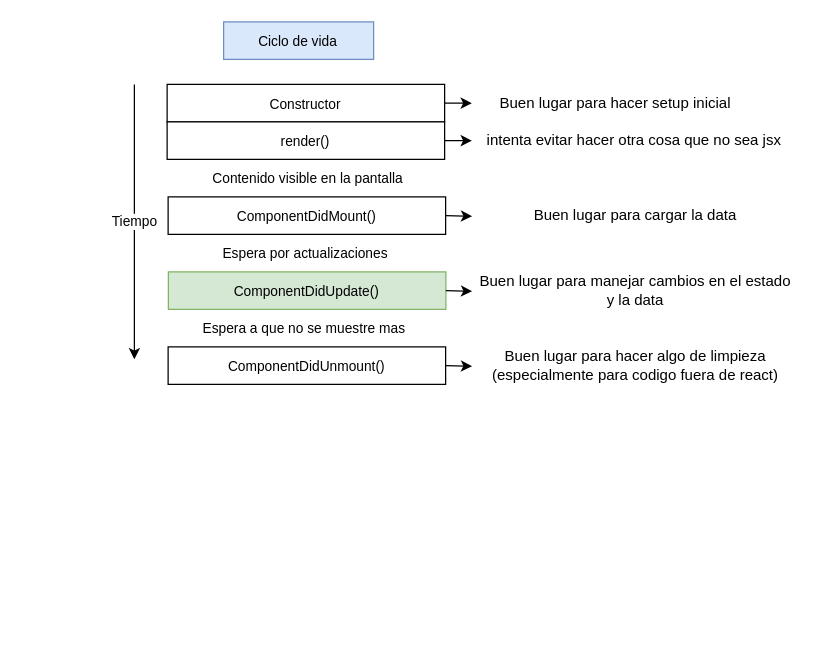
Earlier version of the draw.io diagram clase_03/draw_03.drawio (Torr1co/curso-react). Source tidied: cells renumbered, new cells numbered last; positions are measured from the earlier drawing's top-left corner, leaving out a move shared by most shapes. Both pictures are drawn from the tidied source at 125%, with x=0, y=0 at pixel (134, 21).
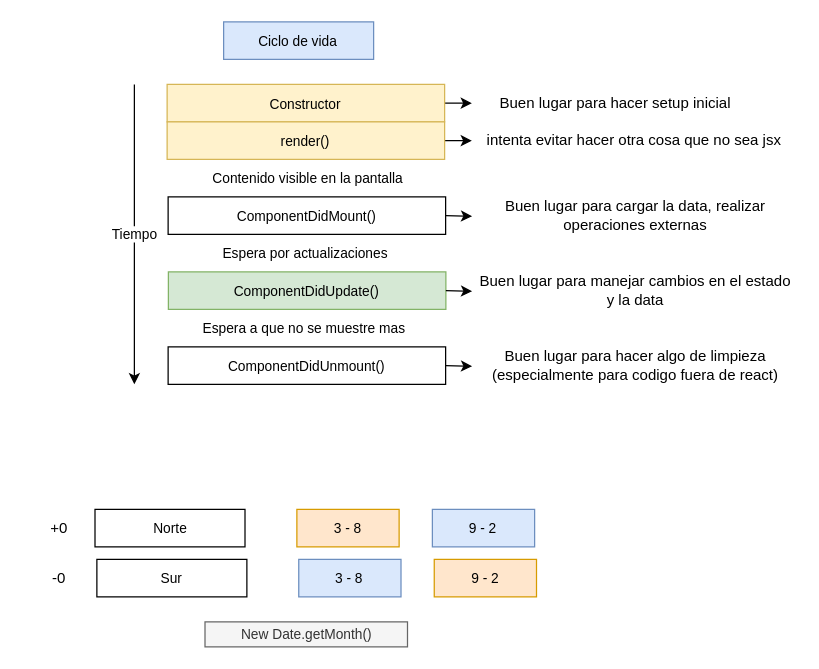
The same page after the edit.

Change to the diagram source:
```diff
@@
-    <mxCell id="4" value="&lt;font style=&quot;font-size: 11px&quot;&gt;Constructor&lt;/font&gt;" style="rounded=0;whiteSpace=wrap;html=1;fontSize=14;strokeWidth=1;" parent="1" vertex="1">
+    <mxCell id="4" value="&lt;font style=&quot;font-size: 11px&quot;&gt;Constructor&lt;/font&gt;" style="rounded=0;whiteSpace=wrap;html=1;fontSize=14;strokeWidth=1;fillColor=#fff2cc;strokeColor=#d6b656;" parent="1" vertex="1">
       <mxGeometry x="26.2" y="50" width="222" height="30" as="geometry" />
     </mxCell>
@@
-    <mxCell id="6" value="&lt;font style=&quot;font-size: 11px&quot;&gt;render()&lt;/font&gt;" style="rounded=0;whiteSpace=wrap;html=1;fontSize=14;strokeWidth=1;" parent="1" vertex="1">
+    <mxCell id="6" value="&lt;font style=&quot;font-size: 11px&quot;&gt;render()&lt;/font&gt;" style="rounded=0;whiteSpace=wrap;html=1;fontSize=14;strokeWidth=1;fillColor=#fff2cc;strokeColor=#d6b656;" parent="1" vertex="1">
       <mxGeometry x="26.2" y="80" width="222" height="30" as="geometry" />
     </mxCell>
@@
     <mxCell id="8" value="Tiempo" style="endArrow=classic;html=1;rounded=0;fontSize=11;" parent="1" edge="1">
       <mxGeometry relative="1" as="geometry">
         <mxPoint y="50" as="sourcePoint" />
-        <mxPoint y="270" as="targetPoint" />
+        <mxPoint y="290" as="targetPoint" />
       </mxGeometry>
     </mxCell>
@@
-    <mxCell id="17" value="Buen lugar para cargar la data" style="text;html=1;strokeColor=none;fillColor=none;align=center;verticalAlign=middle;whiteSpace=wrap;rounded=0;" parent="1" vertex="1">
+    <mxCell id="17" value="Buen lugar para cargar la data, realizar operaciones externas" style="text;html=1;strokeColor=none;fillColor=none;align=center;verticalAlign=middle;whiteSpace=wrap;rounded=0;" parent="1" vertex="1">
       <mxGeometry x="271" y="140" width="260" height="30" as="geometry" />
     </mxCell>
@@
+    <mxCell id="22" value="Norte" style="rounded=0;whiteSpace=wrap;html=1;fontSize=11;strokeWidth=1;" parent="1" vertex="1">
+      <mxGeometry x="-31.5" y="390" width="120" height="30" as="geometry" />
+    </mxCell>
+    <mxCell id="23" value="9 - 2" style="rounded=0;whiteSpace=wrap;html=1;fontSize=11;strokeWidth=1;fillColor=#dae8fc;strokeColor=#6c8ebf;" parent="1" vertex="1">
+      <mxGeometry x="238.4" y="390" width="81.8" height="30" as="geometry" />
+    </mxCell>
+    <mxCell id="24" value="3 - 8" style="rounded=0;whiteSpace=wrap;html=1;fontSize=11;strokeWidth=1;fillColor=#ffe6cc;strokeColor=#d79b00;" parent="1" vertex="1">
+      <mxGeometry x="130" y="390" width="81.8" height="30" as="geometry" />
+    </mxCell>
+    <mxCell id="25" value="Sur" style="rounded=0;whiteSpace=wrap;html=1;fontSize=11;strokeWidth=1;" parent="1" vertex="1">
+      <mxGeometry x="-30" y="430" width="120" height="30" as="geometry" />
+    </mxCell>
+    <mxCell id="26" value="9 - 2" style="rounded=0;whiteSpace=wrap;html=1;fontSize=11;strokeWidth=1;fillColor=#ffe6cc;strokeColor=#d79b00;" parent="1" vertex="1">
+      <mxGeometry x="239.9" y="430" width="81.8" height="30" as="geometry" />
+    </mxCell>
+    <mxCell id="27" value="3 - 8" style="rounded=0;whiteSpace=wrap;html=1;fontSize=11;strokeWidth=1;fillColor=#dae8fc;strokeColor=#6c8ebf;" parent="1" vertex="1">
+      <mxGeometry x="131.5" y="430" width="81.8" height="30" as="geometry" />
+    </mxCell>
+    <mxCell id="28" value="New Date.getMonth()" style="rounded=0;whiteSpace=wrap;html=1;fontSize=11;strokeWidth=1;fillColor=#f5f5f5;fontColor=#333333;strokeColor=#666666;" parent="1" vertex="1">
+      <mxGeometry x="56.5" y="480" width="162" height="20" as="geometry" />
+    </mxCell>
+    <mxCell id="29" value="+0" style="text;html=1;strokeColor=none;fillColor=none;align=center;verticalAlign=middle;whiteSpace=wrap;rounded=0;fontColor=default;" parent="1" vertex="1">
+      <mxGeometry x="-90" y="390" width="60" height="30" as="geometry" />
+    </mxCell>
+    <mxCell id="30" value="-0" style="text;html=1;strokeColor=none;fillColor=none;align=center;verticalAlign=middle;whiteSpace=wrap;rounded=0;fontColor=default;" parent="1" vertex="1">
+      <mxGeometry x="-90" y="430" width="60" height="30" as="geometry" />
+    </mxCell>
```
